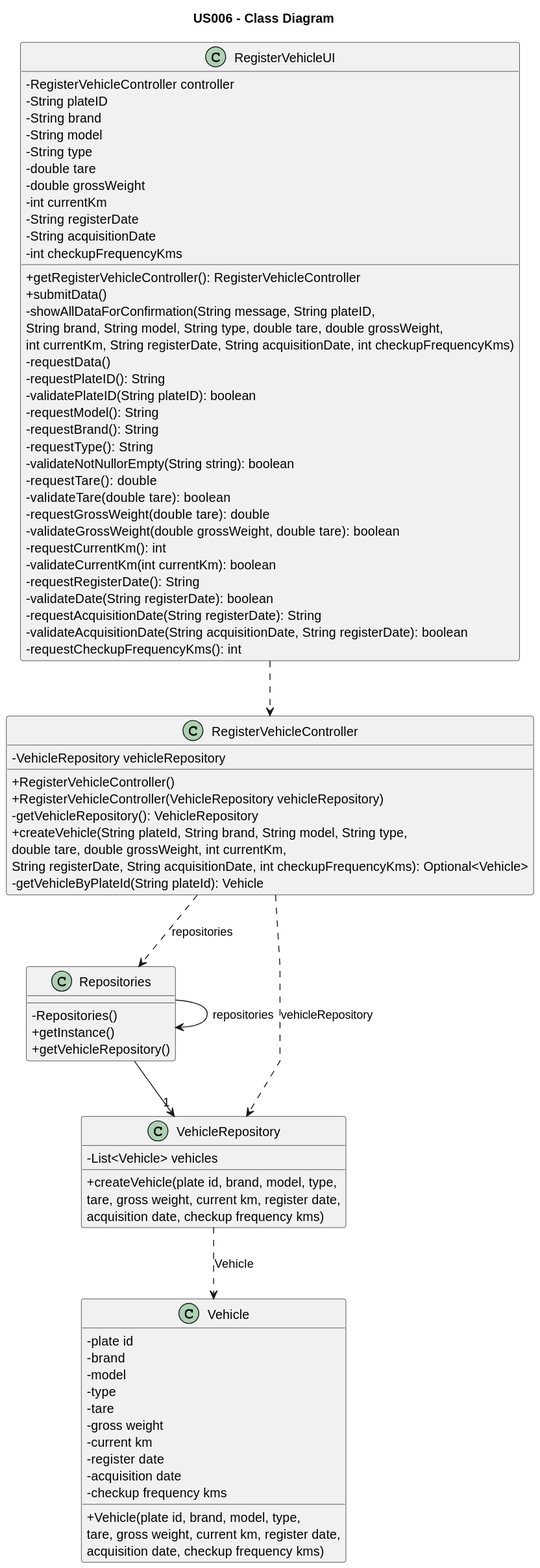
Above: docs/sprintC/us006/03.design/svg/us006-class-diagram.svg in Rui-San/LAPR2_2023_2024 (PlantUML), before the change. Source of this version:
```plantuml
@startuml
skinparam packageStyle rectangle
skinparam shadowing false
skinparam linetype polyline

skinparam classAttributeIconSize 0

Title US006 - Class Diagram


class RegisterVehicleUI {
    -RegisterVehicleController controller
    -String plateID
    -String brand
    -String model
    -String type
    -double tare
    -double grossWeight
    -int currentKm
    -String registerDate
    -String acquisitionDate
    -int checkupFrequencyKms
    +getRegisterVehicleController(): RegisterVehicleController
    +submitData()
    -showAllDataForConfirmation(String message, String plateID, \nString brand, String model, String type, double tare, double grossWeight, \nint currentKm, String registerDate, String acquisitionDate, int checkupFrequencyKms)
    -requestData()
    -requestPlateID(): String
    -validatePlateID(String plateID): boolean
    -requestModel(): String
    -requestBrand(): String
    -requestType(): String
    -validateNotNullorEmpty(String string): boolean
    -requestTare(): double
    -validateTare(double tare): boolean
    -requestGrossWeight(double tare): double
    -validateGrossWeight(double grossWeight, double tare): boolean
    -requestCurrentKm(): int
    -validateCurrentKm(int currentKm): boolean
    -requestRegisterDate(): String
    -validateDate(String registerDate): boolean
    -requestAcquisitionDate(String registerDate): String
    -validateAcquisitionDate(String acquisitionDate, String registerDate): boolean
    -requestCheckupFrequencyKms(): int
}

class RegisterVehicleController {
    -VehicleRepository vehicleRepository
    +RegisterVehicleController()
    +RegisterVehicleController(VehicleRepository vehicleRepository)
    -getVehicleRepository(): VehicleRepository
    +createVehicle(String plateId, String brand, String model, String type, \ndouble tare, double grossWeight, int currentKm, \nString registerDate, String acquisitionDate, int checkupFrequencyKms): Optional<Vehicle>
    -getVehicleByPlateId(String plateId): Vehicle
}

class Repositories{
    -Repositories()
    +getInstance()
    +getVehicleRepository()
}

class VehicleRepository{
    - List<Vehicle> vehicles
    +createVehicle(plate id, brand, model, type,\ntare, gross weight, current km, register date,\nacquisition date, checkup frequency kms)
}

class Vehicle{
    -plate id
    -brand
    -model
    -type
    -tare
    -gross weight
    -current km
    -register date
    -acquisition date
    -checkup frequency kms
    +Vehicle(plate id, brand, model, type,\ntare, gross weight, current km, register date,\nacquisition date, checkup frequency kms)
}

RegisterVehicleUI ..> RegisterVehicleController
RegisterVehicleController ..> Repositories : repositories
Repositories --> Repositories : repositories
Repositories --> "1" VehicleRepository
VehicleRepository ..> Vehicle : Vehicle
RegisterVehicleController ..> VehicleRepository : vehicleRepository
@enduml
```
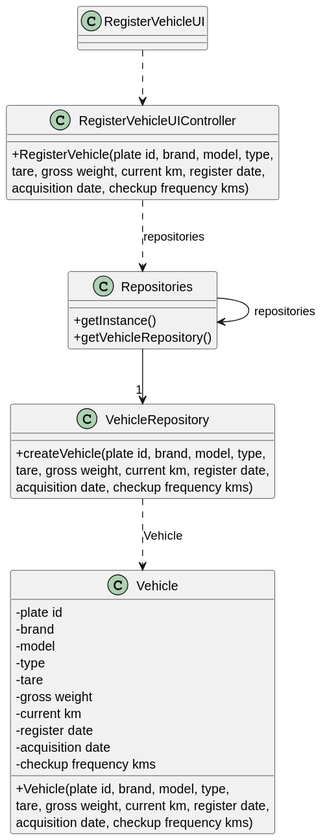
The same file after the commit.

Change to the diagram source:
```diff
@@ -5,61 +5,21 @@
 
 skinparam classAttributeIconSize 0
 
-Title US006 - Class Diagram
 
+class RegisterVehicleUI{
 
-class RegisterVehicleUI {
-    -RegisterVehicleController controller
-    -String plateID
-    -String brand
-    -String model
-    -String type
-    -double tare
-    -double grossWeight
-    -int currentKm
-    -String registerDate
-    -String acquisitionDate
-    -int checkupFrequencyKms
-    +getRegisterVehicleController(): RegisterVehicleController
-    +submitData()
-    -showAllDataForConfirmation(String message, String plateID, \nString brand, String model, String type, double tare, double grossWeight, \nint currentKm, String registerDate, String acquisitionDate, int checkupFrequencyKms)
-    -requestData()
-    -requestPlateID(): String
-    -validatePlateID(String plateID): boolean
-    -requestModel(): String
-    -requestBrand(): String
-    -requestType(): String
-    -validateNotNullorEmpty(String string): boolean
-    -requestTare(): double
-    -validateTare(double tare): boolean
-    -requestGrossWeight(double tare): double
-    -validateGrossWeight(double grossWeight, double tare): boolean
-    -requestCurrentKm(): int
-    -validateCurrentKm(int currentKm): boolean
-    -requestRegisterDate(): String
-    -validateDate(String registerDate): boolean
-    -requestAcquisitionDate(String registerDate): String
-    -validateAcquisitionDate(String acquisitionDate, String registerDate): boolean
-    -requestCheckupFrequencyKms(): int
 }
 
-class RegisterVehicleController {
-    -VehicleRepository vehicleRepository
-    +RegisterVehicleController()
-    +RegisterVehicleController(VehicleRepository vehicleRepository)
-    -getVehicleRepository(): VehicleRepository
-    +createVehicle(String plateId, String brand, String model, String type, \ndouble tare, double grossWeight, int currentKm, \nString registerDate, String acquisitionDate, int checkupFrequencyKms): Optional<Vehicle>
-    -getVehicleByPlateId(String plateId): Vehicle
+class RegisterVehicleUIController{
+    +RegisterVehicle(plate id, brand, model, type,\ntare, gross weight, current km, register date,\nacquisition date, checkup frequency kms)
 }
 
 class Repositories{
-    -Repositories()
     +getInstance()
     +getVehicleRepository()
 }
 
 class VehicleRepository{
-    - List<Vehicle> vehicles
     +createVehicle(plate id, brand, model, type,\ntare, gross weight, current km, register date,\nacquisition date, checkup frequency kms)
 }
 
@@ -77,10 +37,9 @@
     +Vehicle(plate id, brand, model, type,\ntare, gross weight, current km, register date,\nacquisition date, checkup frequency kms)
 }
 
-RegisterVehicleUI ..> RegisterVehicleController
-RegisterVehicleController ..> Repositories : repositories
+RegisterVehicleUI ..> RegisterVehicleUIController
+RegisterVehicleUIController ..> Repositories : repositories
 Repositories --> Repositories : repositories
 Repositories --> "1" VehicleRepository
 VehicleRepository ..> Vehicle : Vehicle
-RegisterVehicleController ..> VehicleRepository : vehicleRepository
 @enduml
```
